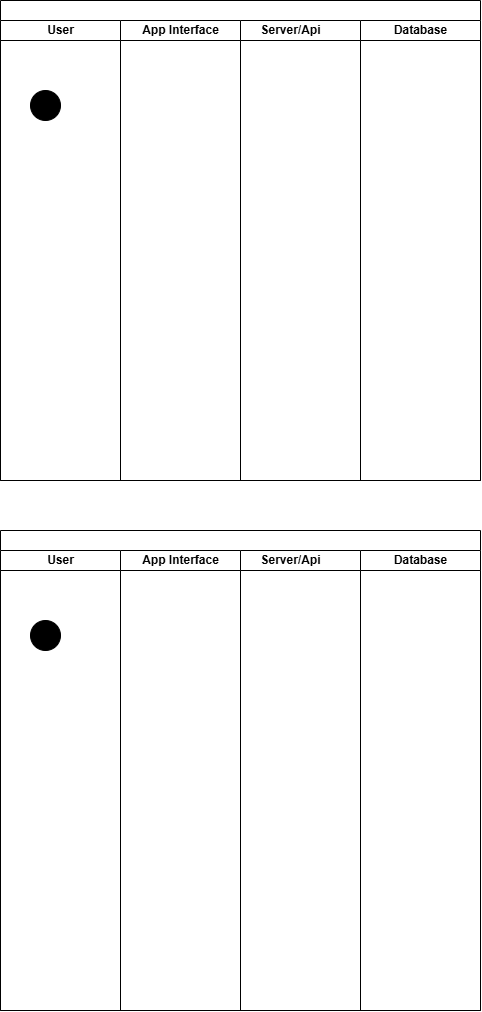
The draw.io diagram RegisterDiagram.drawio.png in LeQuan114/cinema_system, before a commit. Source tidied: cells renumbered, new cells last; positions are measured from the earlier drawing's top-left corner, leaving out a move shared by most shapes.
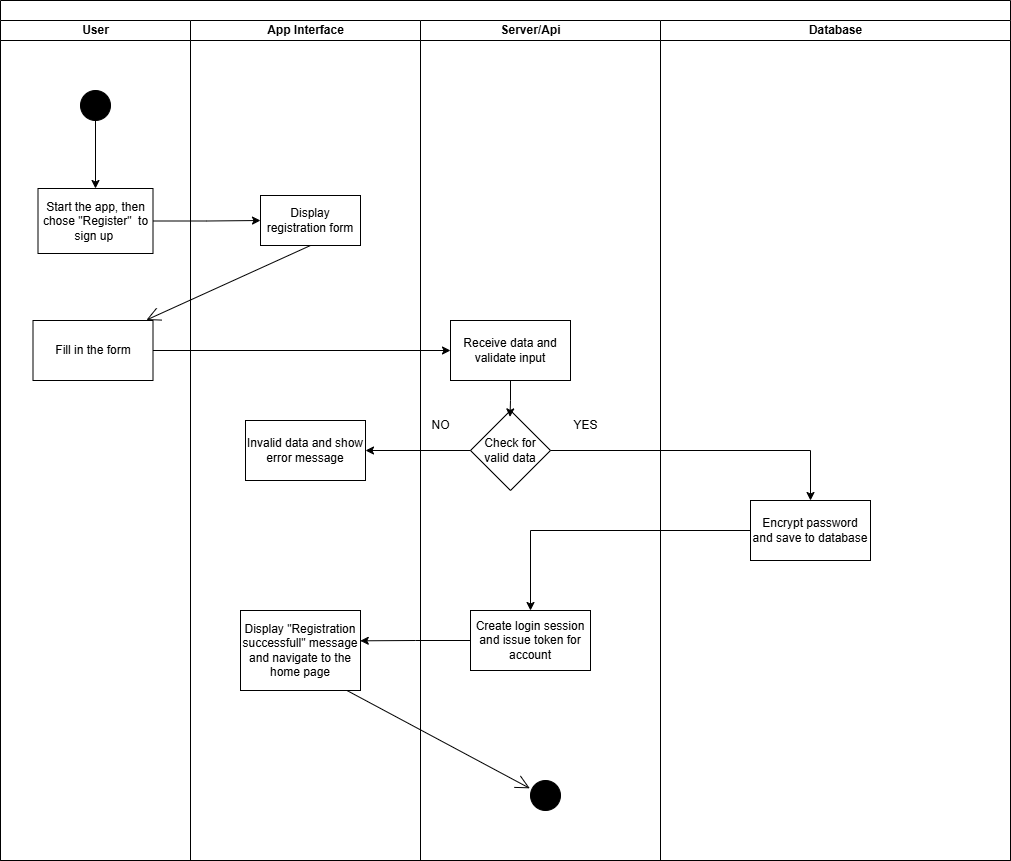
The same file after the commit.

Diff of the diagram source:
```diff
@@ -3,40 +3,88 @@
     <mxCell id="0" />
     <mxCell id="1" parent="0" />
     <mxCell id="2" style="swimlane;startSize=20;html=1;" parent="1" vertex="1">
-      <mxGeometry width="480" height="480" as="geometry" />
+      <mxGeometry width="1010" height="860" as="geometry" />
     </mxCell>
     <mxCell id="3" value="User" style="swimlane;startSize=20;html=1;" parent="2" vertex="1">
-      <mxGeometry y="20" width="120" height="460" as="geometry" />
+      <mxGeometry y="20" width="190" height="840" as="geometry" />
     </mxCell>
-    <mxCell id="4" style="ellipse;fillColor=strokeColor;html=1;" parent="3" vertex="1">
-      <mxGeometry x="30" y="70" width="30" height="30" as="geometry" />
-    </mxCell>
+    <mxCell id="14" style="edgeStyle=orthogonalEdgeStyle;rounded=0;jettySize=auto;html=1;entryX=0.5;entryY=0;entryDx=0;entryDy=0;" parent="3" edge="1" source="15" target="16">
+      <mxGeometry relative="1" as="geometry" />
+    </mxCell>
+    <mxCell id="15" style="ellipse;fillColor=strokeColor;html=1;" parent="3" vertex="1">
+      <mxGeometry x="80" y="70" width="30" height="30" as="geometry" />
+    </mxCell>
+    <mxCell id="16" value="Start the app, then chose &quot;Register&quot;&amp;nbsp; to sign up&amp;nbsp;" style="html=1;dashed=0;whiteSpace=wrap;" parent="3" vertex="1">
+      <mxGeometry x="37.5" y="168" width="115" height="65" as="geometry" />
+    </mxCell>
+    <mxCell id="17" value="Fill in the form" style="rounded=0;whiteSpace=wrap;html=1;" parent="3" vertex="1">
+      <mxGeometry x="32.5" y="300" width="120" height="60" as="geometry" />
+    </mxCell>
     <mxCell id="5" value="App Interface" style="swimlane;startSize=20;html=1;" parent="2" vertex="1">
-      <mxGeometry x="120" y="20" width="120" height="460" as="geometry" />
+      <mxGeometry x="190" y="20" width="230" height="840" as="geometry" />
     </mxCell>
+    <mxCell id="18" value="Display registration form" style="html=1;dashed=0;whiteSpace=wrap;" parent="5" vertex="1">
+      <mxGeometry x="70" y="175" width="100" height="50" as="geometry" />
+    </mxCell>
+    <mxCell id="19" value="Invalid data and show error message" style="rounded=0;whiteSpace=wrap;html=1;" parent="5" vertex="1">
+      <mxGeometry x="55" y="400" width="120" height="60" as="geometry" />
+    </mxCell>
+    <mxCell id="20" value="Display &quot;Registration successfull&quot; message and navigate to the home page" style="rounded=0;whiteSpace=wrap;html=1;" parent="5" vertex="1">
+      <mxGeometry x="50" y="590" width="120" height="80" as="geometry" />
+    </mxCell>
     <mxCell id="6" value="Server/Api&lt;span style=&quot;white-space: pre;&quot;&gt;&#9;&lt;/span&gt;" style="swimlane;startSize=20;html=1;" parent="2" vertex="1">
-      <mxGeometry x="240" y="20" width="120" height="460" as="geometry" />
+      <mxGeometry x="420" y="20" width="240" height="840" as="geometry" />
     </mxCell>
+    <mxCell id="21" value="Receive data and validate input" style="rounded=0;whiteSpace=wrap;html=1;" parent="6" vertex="1">
+      <mxGeometry x="30" y="300" width="120" height="60" as="geometry" />
+    </mxCell>
+    <mxCell id="22" value="Check for valid data" style="rhombus;whiteSpace=wrap;html=1;" parent="6" vertex="1">
+      <mxGeometry x="50" y="390" width="80" height="80" as="geometry" />
+    </mxCell>
+    <mxCell id="23" style="edgeStyle=orthogonalEdgeStyle;rounded=0;jettySize=auto;html=1;entryX=0.494;entryY=0.08;entryDx=0;entryDy=0;entryPerimeter=0;" parent="6" edge="1" source="21" target="22">
+      <mxGeometry relative="1" as="geometry" />
+    </mxCell>
+    <mxCell id="24" value="NO" style="text;html=1;align=center;verticalAlign=middle;strokeColor=none;fillColor=none;" parent="6" vertex="1">
+      <mxGeometry y="390" width="40" height="30" as="geometry" />
+    </mxCell>
+    <mxCell id="25" value="YES" style="text;html=1;align=center;verticalAlign=middle;strokeColor=none;fillColor=none;" parent="6" vertex="1">
+      <mxGeometry x="140" y="390" width="50" height="30" as="geometry" />
+    </mxCell>
+    <mxCell id="26" value="Create login session and issue token for account" style="rounded=0;whiteSpace=wrap;html=1;" parent="6" vertex="1">
+      <mxGeometry x="50" y="590" width="120" height="60" as="geometry" />
+    </mxCell>
+    <mxCell id="27" style="ellipse;fillColor=strokeColor;html=1;" parent="6" vertex="1">
+      <mxGeometry x="110" y="760" width="30" height="30" as="geometry" />
+    </mxCell>
     <mxCell id="7" value="Database" style="swimlane;startSize=20;html=1;" parent="2" vertex="1">
-      <mxGeometry x="360" y="20" width="120" height="460" as="geometry" />
+      <mxGeometry x="660" y="20" width="350" height="840" as="geometry" />
     </mxCell>
-    <mxCell id="8" style="swimlane;startSize=20;html=1;" parent="1" vertex="1">
-      <mxGeometry y="530" width="480" height="480" as="geometry" />
-    </mxCell>
-    <mxCell id="9" value="User" style="swimlane;startSize=20;html=1;" parent="8" vertex="1">
-      <mxGeometry y="20" width="120" height="460" as="geometry" />
-    </mxCell>
-    <mxCell id="10" style="ellipse;fillColor=strokeColor;html=1;" parent="9" vertex="1">
-      <mxGeometry x="30" y="70" width="30" height="30" as="geometry" />
-    </mxCell>
-    <mxCell id="11" value="App Interface" style="swimlane;startSize=20;html=1;" parent="8" vertex="1">
-      <mxGeometry x="120" y="20" width="120" height="460" as="geometry" />
-    </mxCell>
-    <mxCell id="12" value="Server/Api&lt;span style=&quot;white-space: pre;&quot;&gt;&#9;&lt;/span&gt;" style="swimlane;startSize=20;html=1;" parent="8" vertex="1">
-      <mxGeometry x="240" y="20" width="120" height="460" as="geometry" />
-    </mxCell>
-    <mxCell id="13" value="Database" style="swimlane;startSize=20;html=1;" parent="8" vertex="1">
-      <mxGeometry x="360" y="20" width="120" height="460" as="geometry" />
-    </mxCell>
+    <mxCell id="28" value="Encrypt password and save to database" style="rounded=0;whiteSpace=wrap;html=1;" parent="7" vertex="1">
+      <mxGeometry x="90" y="480" width="120" height="60" as="geometry" />
+    </mxCell>
+    <mxCell id="29" style="edgeStyle=orthogonalEdgeStyle;rounded=0;jettySize=auto;html=1;" parent="2" edge="1" source="16" target="18">
+      <mxGeometry relative="1" as="geometry" />
+    </mxCell>
+    <mxCell id="30" style="endArrow=open;endFill=1;endSize=12;html=1;rounded=0;exitX=0.5;exitY=1;exitDx=0;exitDy=0;entryX=0.945;entryY=-0.008;entryDx=0;entryDy=0;entryPerimeter=0;" parent="2" edge="1" source="18" target="17">
+      <mxGeometry relative="1" as="geometry" />
+    </mxCell>
+    <mxCell id="31" style="edgeStyle=orthogonalEdgeStyle;rounded=0;jettySize=auto;html=1;entryX=0;entryY=0.5;entryDx=0;entryDy=0;" parent="2" edge="1" source="17" target="21">
+      <mxGeometry relative="1" as="geometry" />
+    </mxCell>
+    <mxCell id="32" style="edgeStyle=orthogonalEdgeStyle;rounded=0;jettySize=auto;html=1;" parent="2" edge="1" source="22" target="19">
+      <mxGeometry relative="1" as="geometry" />
+    </mxCell>
+    <mxCell id="33" style="edgeStyle=orthogonalEdgeStyle;rounded=0;jettySize=auto;html=1;entryX=0.5;entryY=0;entryDx=0;entryDy=0;" parent="2" edge="1" source="22" target="28">
+      <mxGeometry relative="1" as="geometry" />
+    </mxCell>
+    <mxCell id="34" style="edgeStyle=orthogonalEdgeStyle;rounded=0;jettySize=auto;html=1;" parent="2" edge="1" source="28" target="26">
+      <mxGeometry relative="1" as="geometry" />
+    </mxCell>
+    <mxCell id="35" style="edgeStyle=orthogonalEdgeStyle;rounded=0;jettySize=auto;html=1;entryX=0.998;entryY=0.379;entryDx=0;entryDy=0;entryPerimeter=0;" parent="2" edge="1" source="26" target="20">
+      <mxGeometry relative="1" as="geometry" />
+    </mxCell>
+    <mxCell id="36" style="endArrow=open;endFill=1;endSize=12;html=1;rounded=0;exitX=0.892;exitY=1.004;exitDx=0;exitDy=0;exitPerimeter=0;entryX=-0.024;entryY=0.261;entryDx=0;entryDy=0;entryPerimeter=0;" parent="2" edge="1" source="20" target="27">
+      <mxGeometry relative="1" as="geometry" />
+    </mxCell>
   </root>
 </mxGraphModel>
```
